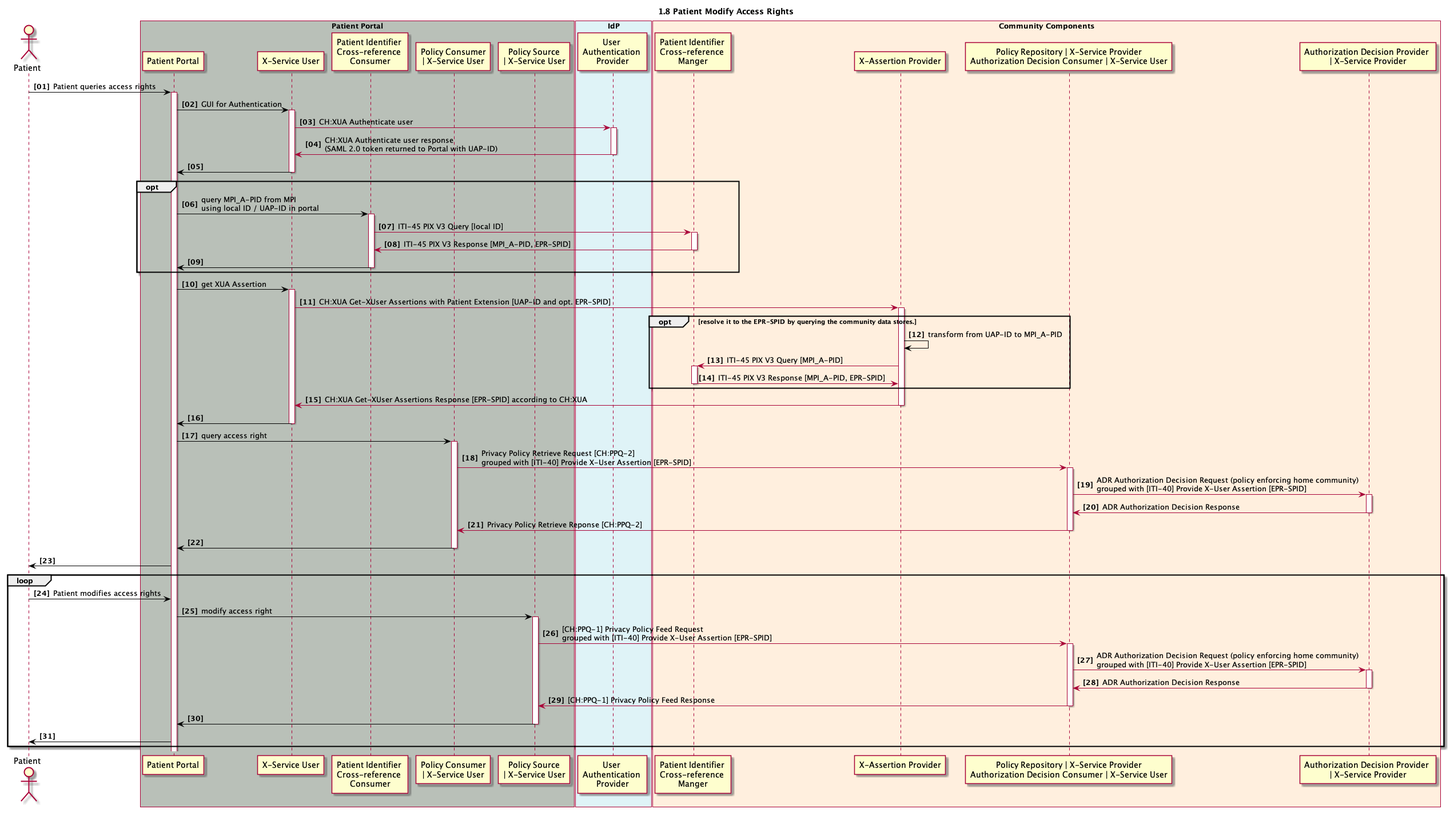
Earlier version of the PlantUML export 1_08_EPR_PatientModifyAccessRights.plantuml.png (ahdis/ch-epr-seqdiag).
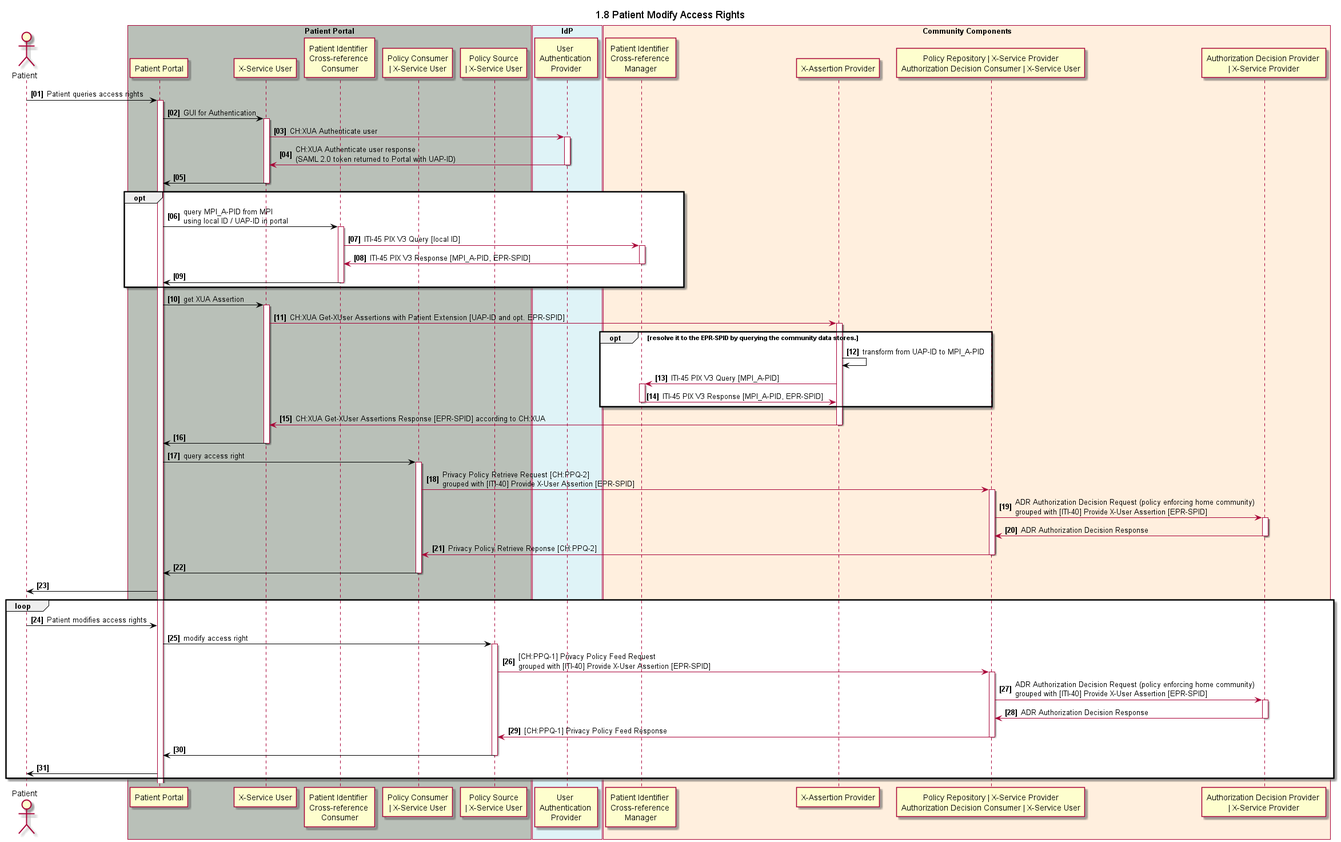
Later version of the same file.

Change to the diagram source:
```diff
@@ -1,6 +1,5 @@
 @startuml
-skinparam Padding 1
-autonumber 1 1 "<b>[00]"
+!include design.plantuml.txt
 title 1.8 Patient Modify Access Rights
 
 actor patient as "Patient"
@@ -18,7 +17,7 @@
 end box
 
 box "Community Components" #FFEFDE
-	participant cc_mpi_x_ref_manager as "Patient Identifier \nCross-reference \nManger"
+	participant cc_mpi_x_ref_manager as "Patient Identifier \nCross-reference \nManager"
   participant cc_x_assertion_provider as "X-Assertion Provider"
 	participant cc_ppq_policy_repository as "Policy Repository | X-Service Provider\nAuthorization Decision Consumer | X-Service User"
 	participant cc_adp as "Authorization Decision Provider \n| X-Service Provider"
@@ -27,41 +26,13 @@
 patient -[#black]> pp_gui: Patient queries access rights
 activate pp_gui
 
-pp_gui -[#black]> pp_x_service_user : GUI for Authentication
-activate pp_x_service_user
-pp_x_service_user -> idp_user_authentication_provider : CH:XUA Authenticate user
-activate idp_user_authentication_provider
-pp_x_service_user <- idp_user_authentication_provider : CH:XUA Authenticate user response \n(SAML 2.0 token returned to Portal with UAP-ID)
-deactivate idp_user_authentication_provider
-pp_gui <[#black]- pp_x_service_user
-deactivate pp_x_service_user
+!include step_pp_gui_saml.plantuml.txt
 
 opt
-pp_gui -[#black]> pp_pix_x_ref_consumer: query MPI_A-PID from MPI\nusing local ID / UAP-ID in portal
-activate pp_pix_x_ref_consumer
-pp_pix_x_ref_consumer -> cc_mpi_x_ref_manager: ITI-45 PIX V3 Query [local ID]
-activate cc_mpi_x_ref_manager
-pp_pix_x_ref_consumer <- cc_mpi_x_ref_manager: ITI-45 PIX V3 Response [MPI_A-PID, EPR-SPID]
-deactivate cc_mpi_x_ref_manager
-pp_gui <[#black]- pp_pix_x_ref_consumer
-deactivate pp_pix_x_ref_consumer
+!include step_pp_pix.plantuml.txt
 end
 
-pp_gui -[#black]> pp_x_service_user : get XUA Assertion
-activate pp_x_service_user
-pp_x_service_user -> cc_x_assertion_provider: CH:XUA Get-XUser Assertions with Patient Extension [UAP-ID and opt. EPR-SPID]
-activate cc_x_assertion_provider
-opt resolve it to the EPR-SPID by querying the community data stores.
-cc_x_assertion_provider -[#black]> cc_x_assertion_provider: transform from UAP-ID to MPI_A-PID
-cc_x_assertion_provider -> cc_mpi_x_ref_manager: ITI-45 PIX V3 Query [MPI_A-PID]
-activate cc_mpi_x_ref_manager
-cc_x_assertion_provider <- cc_mpi_x_ref_manager: ITI-45 PIX V3 Response [MPI_A-PID, EPR-SPID]
-deactivate cc_mpi_x_ref_manager
-end
-pp_x_service_user <- cc_x_assertion_provider: CH:XUA Get-XUser Assertions Response [EPR-SPID] according to CH:XUA
-deactivate cc_x_assertion_provider
-pp_gui <[#black]- pp_x_service_user
-deactivate pp_x_service_user
+!include step_pp_xua.plantuml.txt
 
 pp_gui -[#black]> pp_ppq_policy_consumer: query access right
 activate pp_ppq_policy_consumer
```
